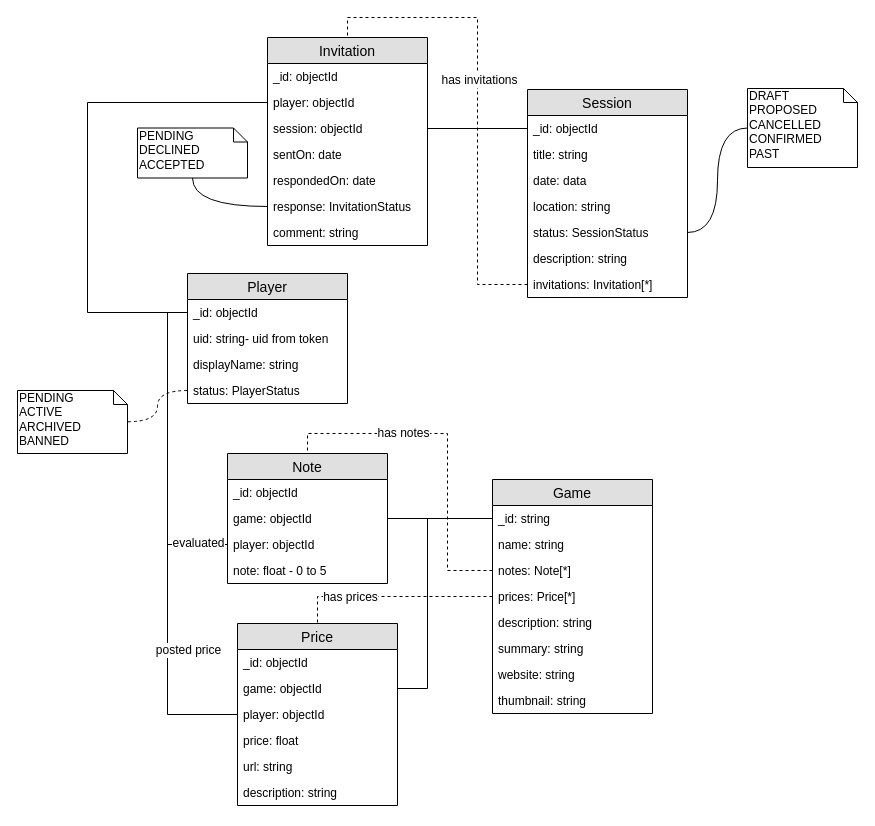
Before: models.drawio in Nakasar/mimir-api, a draw.io diagram. Source tidied: cells renumbered, new cells numbered last; positions are measured from the earlier drawing's top-left corner, leaving out a move shared by most shapes. Both pictures are drawn from the tidied source at 100%, with x=0, y=0 at pixel (17, 37).
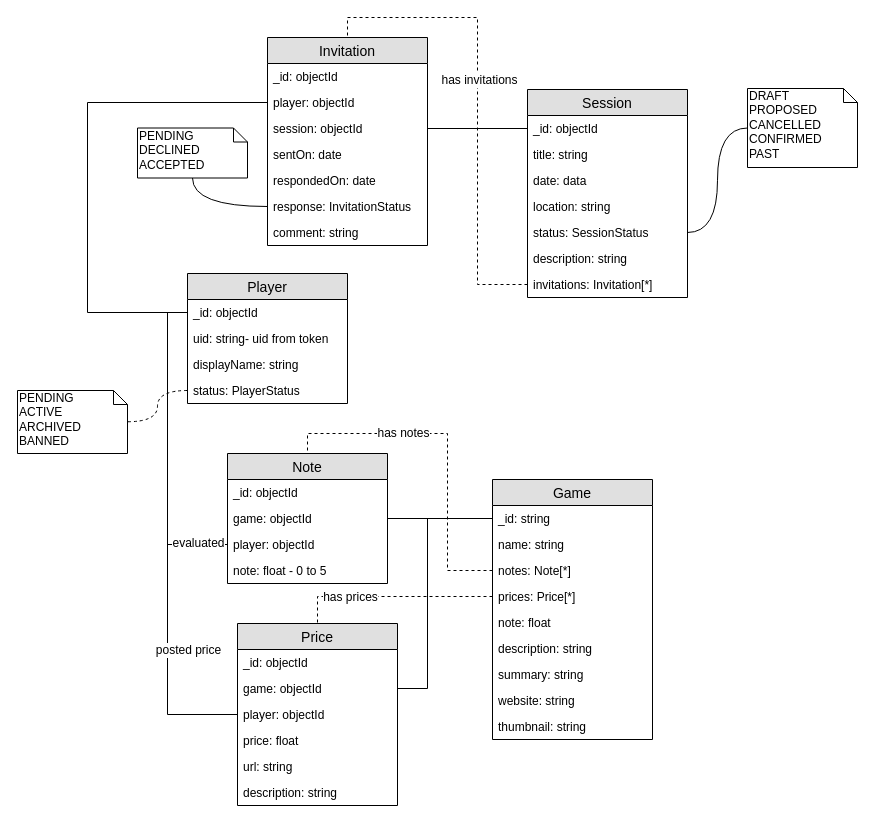
The same diagram, later.

Change to the diagram source:
```diff
@@
     <mxCell id="7" value="Game" style="swimlane;fontStyle=0;horizontal=1;startSize=26;fillColor=#e0e0e0;swimlaneFillColor=#ffffff;align=center;fontSize=14;" parent="1" vertex="1">
-      <mxGeometry x="475" y="442" width="160" height="234" as="geometry" />
+      <mxGeometry x="475" y="442" width="160" height="260" as="geometry" />
     </mxCell>
@@
+    <mxCell id="64" value="note: float" style="text;strokeColor=none;fillColor=none;spacingLeft=4;spacingRight=4;overflow=hidden;fontSize=12;" parent="7" vertex="1">
+      <mxGeometry y="130" width="160" height="26" as="geometry" />
+    </mxCell>
     <mxCell id="12" value="description: string" style="text;strokeColor=none;fillColor=none;spacingLeft=4;spacingRight=4;overflow=hidden;fontSize=12;" parent="7" vertex="1">
-      <mxGeometry y="130" width="160" height="26" as="geometry" />
+      <mxGeometry y="156" width="160" height="26" as="geometry" />
     </mxCell>
     <mxCell id="13" value="summary: string" style="text;strokeColor=none;fillColor=none;spacingLeft=4;spacingRight=4;overflow=hidden;fontSize=12;" parent="7" vertex="1">
-      <mxGeometry y="156" width="160" height="26" as="geometry" />
+      <mxGeometry y="182" width="160" height="26" as="geometry" />
     </mxCell>
     <mxCell id="14" value="website: string" style="text;strokeColor=none;fillColor=none;spacingLeft=4;spacingRight=4;overflow=hidden;fontSize=12;" parent="7" vertex="1">
-      <mxGeometry y="182" width="160" height="26" as="geometry" />
+      <mxGeometry y="208" width="160" height="26" as="geometry" />
     </mxCell>
     <mxCell id="15" value="thumbnail: string" style="text;strokeColor=none;fillColor=none;spacingLeft=4;spacingRight=4;overflow=hidden;fontSize=12;" parent="7" vertex="1">
-      <mxGeometry y="208" width="160" height="26" as="geometry" />
+      <mxGeometry y="234" width="160" height="26" as="geometry" />
     </mxCell>
```
